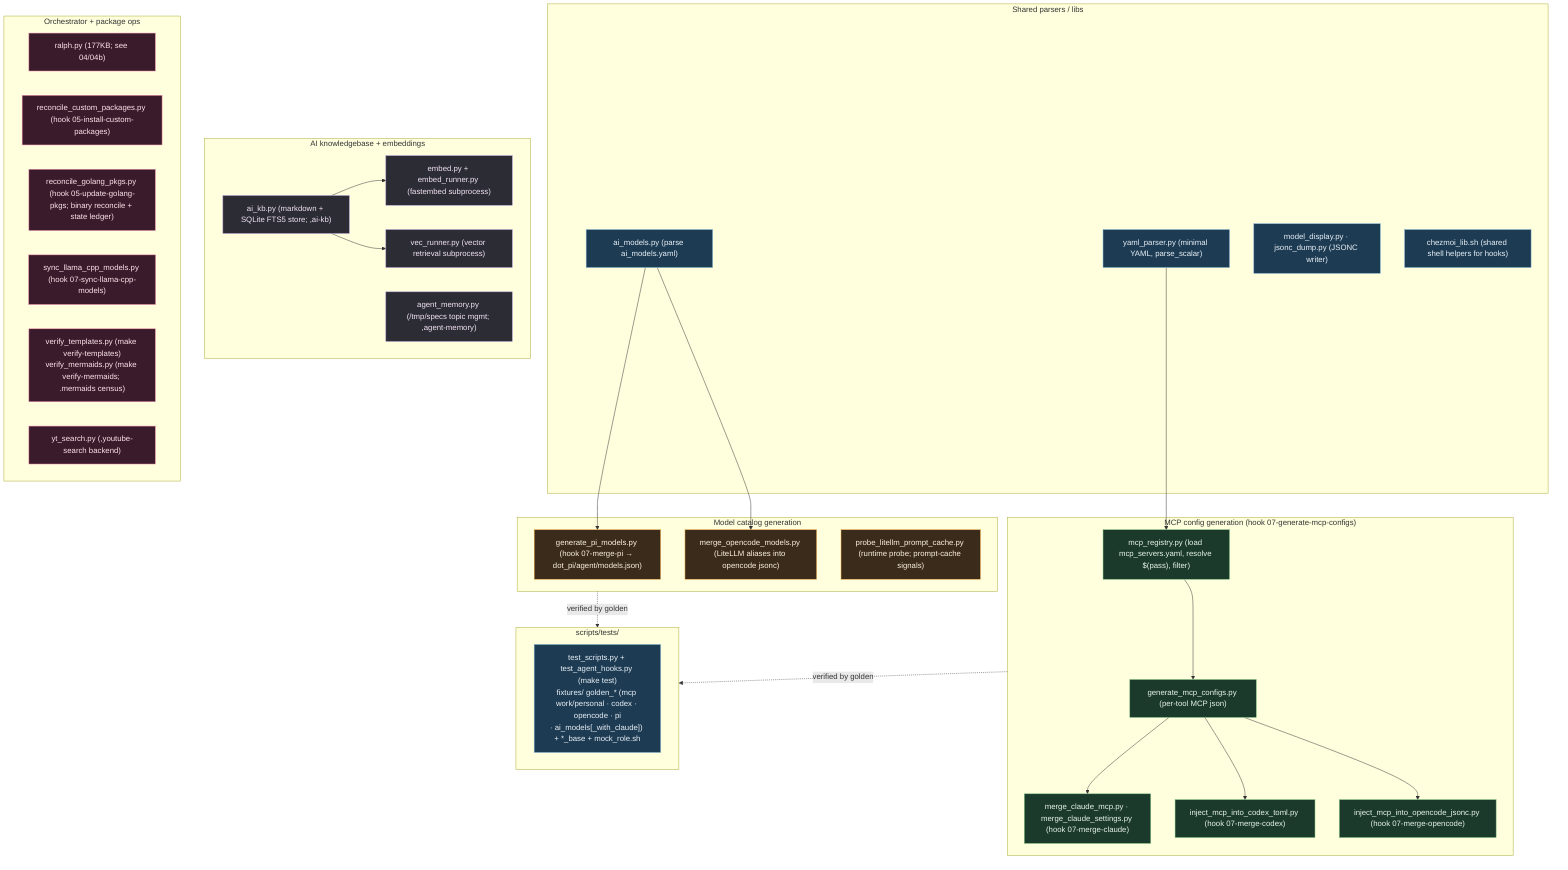
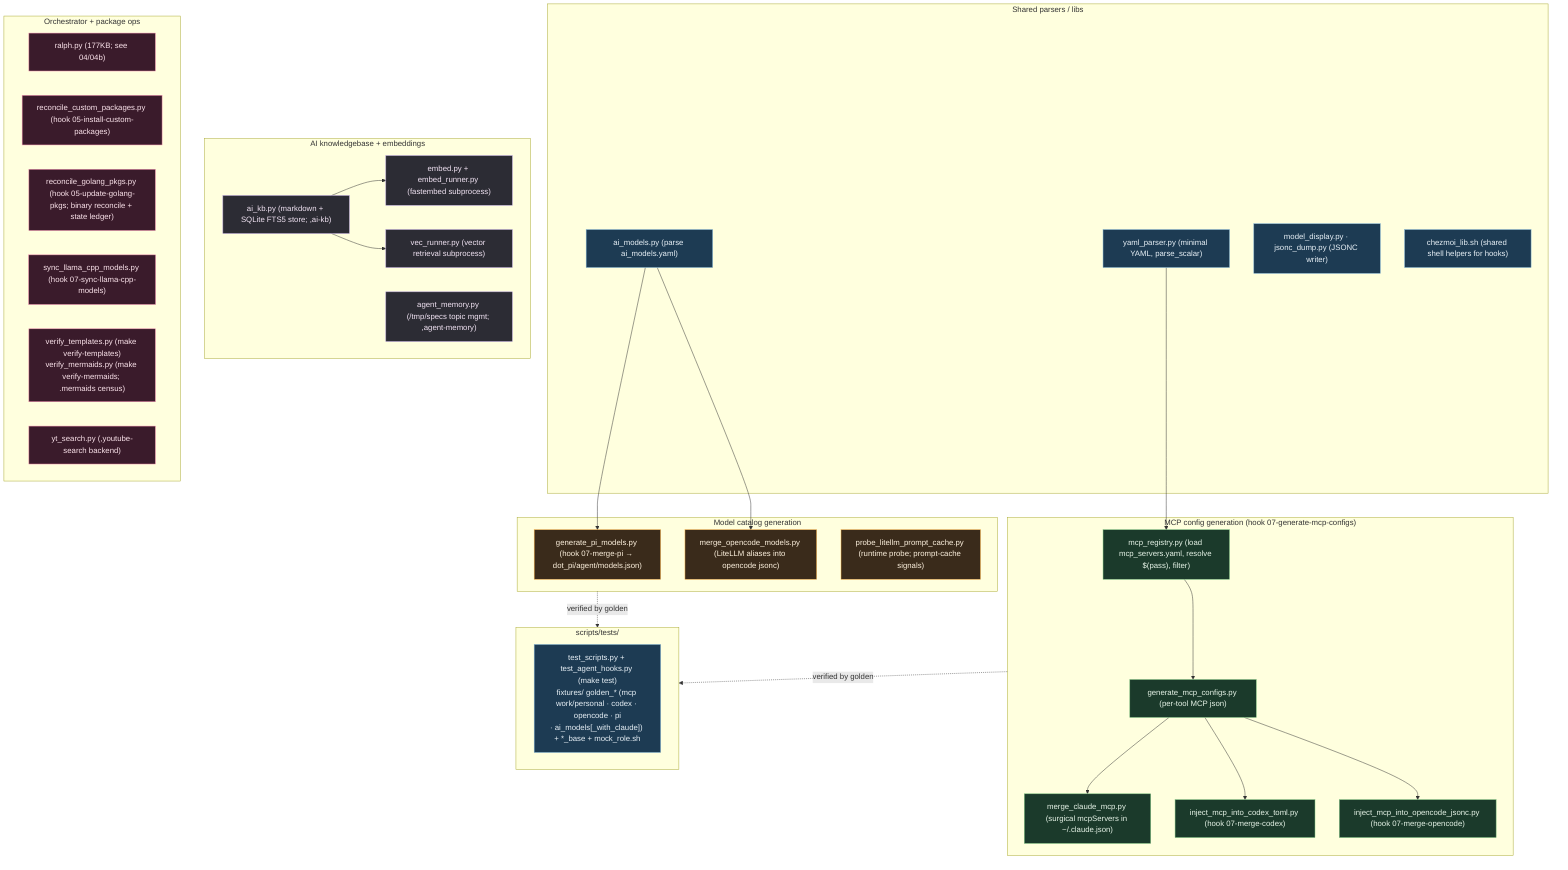
%% ============================================================================
- %% 11-scripts-helpers.mmd — Every file in scripts/ (42). Repo-side Python
+ %% 11-scripts-helpers.mmd — Every file in scripts/ (44). Repo-side Python
%% (stdlib only, no PyYAML) called by chezmoi 07-* hooks + ,bin commands.
%% Grouped by consumer. Shared parsers feed the generators/mergers.
%% ============================================================================
flowchart TB
    classDef shared fill:#1d3b53,stroke:#7fb3d5,color:#eaf2f8;
    classDef mcp fill:#1b3a2b,stroke:#81c784,color:#e8f5e9;
    classDef model fill:#3a2b1b,stroke:#ffb74d,color:#fff3e0;
    classDef ai fill:#2c2c34,stroke:#b39ddb,color:#f3e5f5;
    classDef misc fill:#3a1b2b,stroke:#f48fb1,color:#fce4ec;

    subgraph SHARED["Shared parsers / libs"]
        YP["yaml_parser.py (minimal YAML, parse_scalar)"]:::shared
        AM["ai_models.py (parse ai_models.yaml)"]:::shared
        MD["model_display.py · jsonc_dump.py (JSONC writer)"]:::shared
        CL["chezmoi_lib.sh (shared shell helpers for hooks)"]:::shared
    end

    subgraph MCPGEN["MCP config generation (hook 07-generate-mcp-configs)"]
        MR["mcp_registry.py (load mcp_servers.yaml, resolve $(pass), filter)"]:::mcp
        GMC["generate_mcp_configs.py (per-tool MCP json)"]:::mcp
-         MCM["merge_claude_mcp.py · merge_claude_settings.py (hook 07-merge-claude)"]:::mcp
+         MCM["merge_claude_mcp.py (surgical mcpServers in ~/.claude.json)"]:::mcp
        ICT["inject_mcp_into_codex_toml.py (hook 07-merge-codex)"]:::mcp
        IOJ["inject_mcp_into_opencode_jsonc.py (hook 07-merge-opencode)"]:::mcp
    end
    YP --> MR --> GMC --> MCM & ICT & IOJ

    subgraph MODELGEN["Model catalog generation"]
        GPM["generate_pi_models.py (hook 07-merge-pi → dot_pi/agent/models.json)"]:::model
        MOM["merge_opencode_models.py (LiteLLM aliases into opencode jsonc)"]:::model
        PLP["probe_litellm_prompt_cache.py (runtime probe; prompt-cache signals)"]:::model
    end
    AM --> GPM & MOM

    subgraph AIKB["AI knowledgebase + embeddings"]
        KB["ai_kb.py (markdown + SQLite FTS5 store; ,ai-kb)"]:::ai
        EMB["embed.py + embed_runner.py (fastembed subprocess)"]:::ai
        VEC["vec_runner.py (vector retrieval subprocess)"]:::ai
        AGM["agent_memory.py (/tmp/specs topic mgmt; ,agent-memory)"]:::ai
    end
    KB --> EMB & VEC

    subgraph ORCH["Orchestrator + package ops"]
        RALPH["ralph.py (177KB; see 04/04b)"]:::misc
        RCP["reconcile_custom_packages.py (hook 05-install-custom-packages)"]:::misc
        RGP["reconcile_golang_pkgs.py (hook 05-update-golang-pkgs; binary reconcile + state ledger)"]:::misc
        SLC["sync_llama_cpp_models.py (hook 07-sync-llama-cpp-models)"]:::misc
        VT["verify_templates.py (make verify-templates)<br/>verify_mermaids.py (make verify-mermaids; .mermaids census)"]:::misc
        YT["yt_search.py (,youtube-search backend)"]:::misc
    end

    subgraph TESTS["scripts/tests/"]
        T["test_scripts.py + test_agent_hooks.py (make test)<br/>fixtures/ golden_* (mcp work/personal · codex · opencode · pi<br/>· ai_models[_with_claude]) + *_base + mock_role.sh"]:::shared
    end
    MCPGEN -.verified by golden.-> TESTS
    MODELGEN -.verified by golden.-> TESTS
